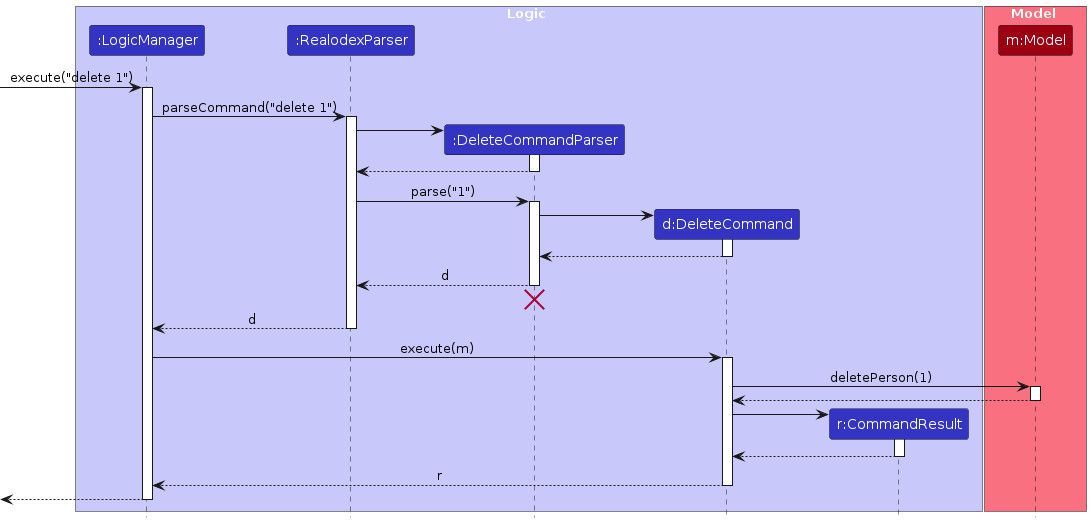
This is diagrams/DeleteSequenceDiagram.png from AY2324S2-CS2103T-W10-1/tp, a PlantUML export, as it was before one commit. Its source is kept beside it as diagrams/DeleteSequenceDiagram.puml. Source of this version:
```plantuml
@startuml
!include style.puml
skinparam ArrowFontStyle plain

box Logic LOGIC_COLOR_T1
participant ":LogicManager" as LogicManager LOGIC_COLOR
participant ":RealodexParser" as RealodexParser LOGIC_COLOR
participant ":DeleteCommandParser" as DeleteCommandParser LOGIC_COLOR
participant "d:DeleteCommand" as DeleteCommand LOGIC_COLOR
participant "r:CommandResult" as CommandResult LOGIC_COLOR
end box

box Model MODEL_COLOR_T1
participant "m:Model" as Model MODEL_COLOR
end box

[-> LogicManager : execute("delete 1")
activate LogicManager

LogicManager -> RealodexParser : parseCommand("delete 1")
activate RealodexParser

create DeleteCommandParser
RealodexParser -> DeleteCommandParser
activate DeleteCommandParser

DeleteCommandParser --> RealodexParser
deactivate DeleteCommandParser

RealodexParser -> DeleteCommandParser : parse("1")
activate DeleteCommandParser

create DeleteCommand
DeleteCommandParser -> DeleteCommand
activate DeleteCommand

DeleteCommand --> DeleteCommandParser :
deactivate DeleteCommand

DeleteCommandParser --> RealodexParser : d
deactivate DeleteCommandParser
DeleteCommandParser -[hidden]-> RealodexParser
destroy DeleteCommandParser

RealodexParser --> LogicManager : d
deactivate RealodexParser

LogicManager -> DeleteCommand : execute(m)
activate DeleteCommand

DeleteCommand -> Model : deletePerson(1)
activate Model

Model --> DeleteCommand
deactivate Model

create CommandResult
DeleteCommand -> CommandResult
activate CommandResult

CommandResult --> DeleteCommand
deactivate CommandResult

DeleteCommand --> LogicManager : r
deactivate DeleteCommand

[<--LogicManager
deactivate LogicManager
@enduml
```
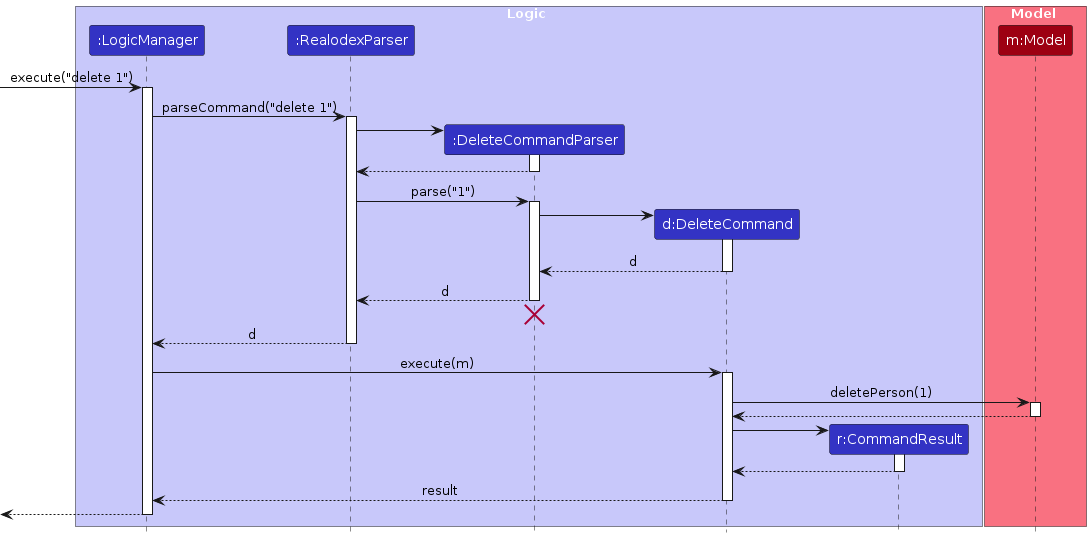
The same file after the commit.

Diff of the diagram source:
```diff
@@ -34,7 +34,7 @@
 DeleteCommandParser -> DeleteCommand
 activate DeleteCommand
 
-DeleteCommand --> DeleteCommandParser :
+DeleteCommand --> DeleteCommandParser : d
 deactivate DeleteCommand
 
 DeleteCommandParser --> RealodexParser : d
@@ -61,7 +61,7 @@
 CommandResult --> DeleteCommand
 deactivate CommandResult
 
-DeleteCommand --> LogicManager : r
+DeleteCommand --> LogicManager : result
 deactivate DeleteCommand
 
 [<--LogicManager
```
